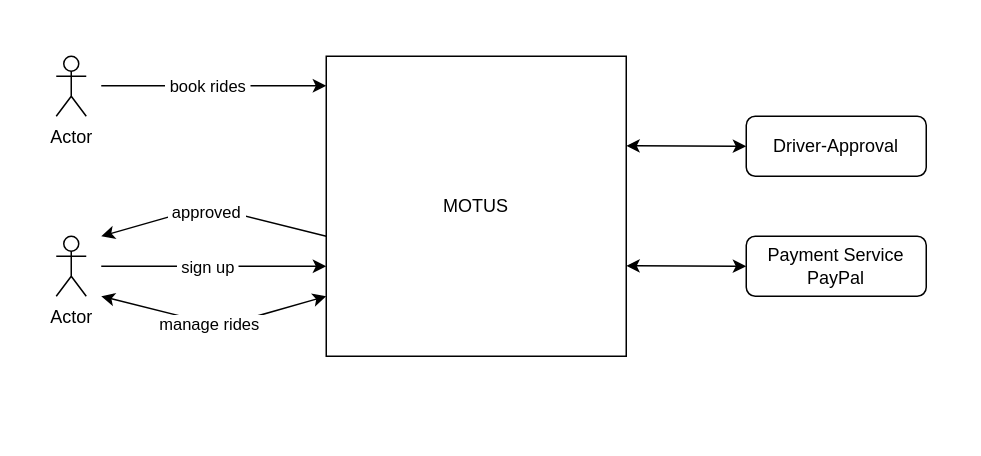
Above: materials/simple-business-context.drawio in skyler544/SWARC-Arc42 (draw.io), before the change. Source tidied: cells renumbered, new cells numbered last; positions are measured from the earlier drawing's top-left corner, leaving out a move shared by most shapes. Both pictures are drawn from the tidied source at 150%, with x=0, y=0 at pixel (26, 26).
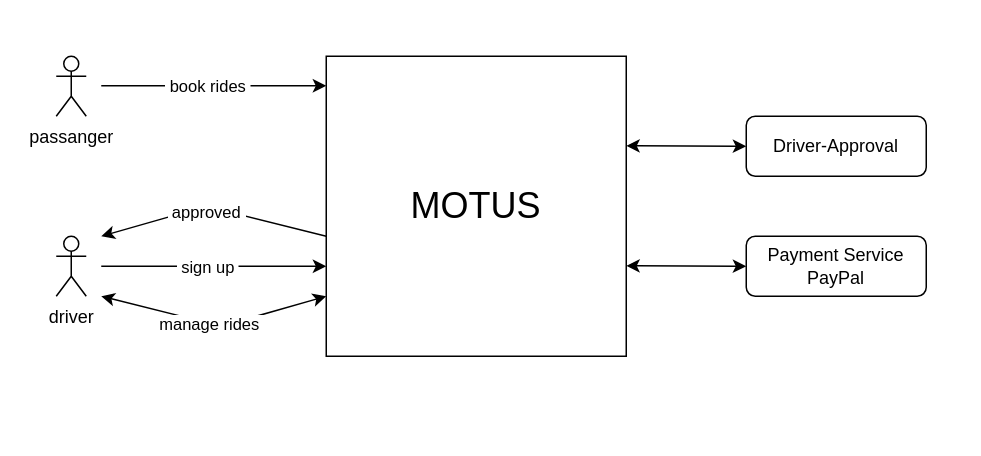
The same page after the edit.

Commit message (it also covers changes not shown here):
Added technical context diagram

Diff of the diagram source:
```diff
@@
-    <mxCell id="3" value="MOTUS" style="rounded=0;whiteSpace=wrap;html=1;" parent="1" vertex="1">
+    <mxCell id="3" value="&lt;font style=&quot;font-size: 24px;&quot;&gt;MOTUS&lt;/font&gt;" style="rounded=0;whiteSpace=wrap;html=1;" parent="1" vertex="1">
       <mxGeometry x="200" y="20" width="200" height="200" as="geometry" />
     </mxCell>
@@
-    <mxCell id="6" value="Actor" style="shape=umlActor;verticalLabelPosition=bottom;verticalAlign=top;html=1;" parent="1" vertex="1">
+    <mxCell id="6" value="driver" style="shape=umlActor;verticalLabelPosition=bottom;verticalAlign=top;html=1;" parent="1" vertex="1">
       <mxGeometry x="20" y="140" width="20" height="40" as="geometry" />
     </mxCell>
-    <mxCell id="7" value="Actor" style="shape=umlActor;verticalLabelPosition=bottom;verticalAlign=top;html=1;" parent="1" vertex="1">
+    <mxCell id="7" value="passanger" style="shape=umlActor;verticalLabelPosition=bottom;verticalAlign=top;html=1;" parent="1" vertex="1">
       <mxGeometry x="20" y="20" width="20" height="40" as="geometry" />
     </mxCell>
```
